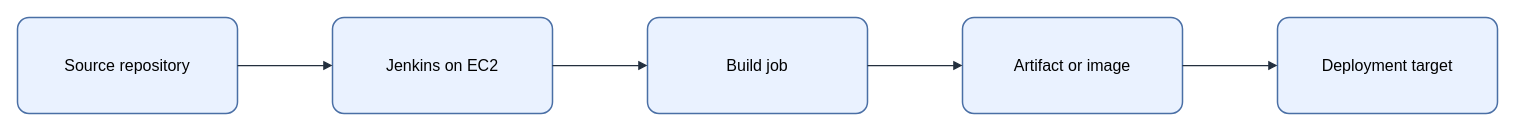
KKamJi98/kkamji98.github.io keeps this draw.io diagram as assets/img/ci-cd/ec2-jenkins-server-flow.drawio. Above is the earlier version. Source tidied: cells renumbered, new cells numbered last; positions are measured from the earlier drawing's top-left corner, leaving out a move shared by most shapes. Both pictures are drawn from the tidied source at 100%, with x=0, y=0 at pixel (17, 17).
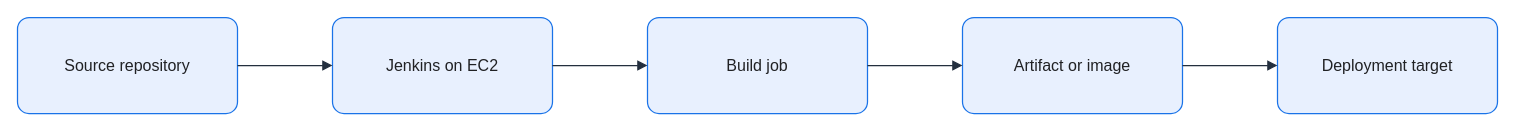
Above is the later version.

Diff of the diagram source:
```diff
@@
 <mxGraphModel background="#FFFFFF">
   <root>
     <mxCell id="0" />
     <mxCell id="1" parent="0" />
-    <mxCell id="2" value="Source repository" style="rounded=1;arcSize=12;whiteSpace=wrap;html=0;fillColor=#EAF2FF;strokeColor=#4A6FA5;strokeWidth=1.5;fontColor=#000000;fontSize=16;align=center;verticalAlign=middle;spacing=8;shadow=0;" parent="1" vertex="1">
+    <mxCell id="2" value="Source repository" style="rounded=1;arcSize=12;whiteSpace=wrap;html=0;fillColor=#E8F0FE;strokeColor=#1A73E8;strokeWidth=1.25;fontColor=#202124;fontSize=16;align=center;verticalAlign=middle;spacing=8;shadow=0;" parent="1" vertex="1">
       <mxGeometry width="220" height="96" as="geometry" />
     </mxCell>
-    <mxCell id="3" value="Jenkins on EC2" style="rounded=1;arcSize=12;whiteSpace=wrap;html=0;fillColor=#EAF2FF;strokeColor=#4A6FA5;strokeWidth=1.5;fontColor=#000000;fontSize=16;align=center;verticalAlign=middle;spacing=8;shadow=0;" parent="1" vertex="1">
+    <mxCell id="3" value="Jenkins on EC2" style="rounded=1;arcSize=12;whiteSpace=wrap;html=0;fillColor=#E8F0FE;strokeColor=#1A73E8;strokeWidth=1.25;fontColor=#202124;fontSize=16;align=center;verticalAlign=middle;spacing=8;shadow=0;" parent="1" vertex="1">
       <mxGeometry x="315" width="220" height="96" as="geometry" />
     </mxCell>
-    <mxCell id="4" value="Build job" style="rounded=1;arcSize=12;whiteSpace=wrap;html=0;fillColor=#EAF2FF;strokeColor=#4A6FA5;strokeWidth=1.5;fontColor=#000000;fontSize=16;align=center;verticalAlign=middle;spacing=8;shadow=0;" parent="1" vertex="1">
+    <mxCell id="4" value="Build job" style="rounded=1;arcSize=12;whiteSpace=wrap;html=0;fillColor=#E8F0FE;strokeColor=#1A73E8;strokeWidth=1.25;fontColor=#202124;fontSize=16;align=center;verticalAlign=middle;spacing=8;shadow=0;" parent="1" vertex="1">
       <mxGeometry x="630" width="220" height="96" as="geometry" />
     </mxCell>
-    <mxCell id="5" value="Artifact or image" style="rounded=1;arcSize=12;whiteSpace=wrap;html=0;fillColor=#EAF2FF;strokeColor=#4A6FA5;strokeWidth=1.5;fontColor=#000000;fontSize=16;align=center;verticalAlign=middle;spacing=8;shadow=0;" parent="1" vertex="1">
+    <mxCell id="5" value="Artifact or image" style="rounded=1;arcSize=12;whiteSpace=wrap;html=0;fillColor=#E8F0FE;strokeColor=#1A73E8;strokeWidth=1.25;fontColor=#202124;fontSize=16;align=center;verticalAlign=middle;spacing=8;shadow=0;" parent="1" vertex="1">
       <mxGeometry x="945" width="220" height="96" as="geometry" />
     </mxCell>
-    <mxCell id="6" value="Deployment target" style="rounded=1;arcSize=12;whiteSpace=wrap;html=0;fillColor=#EAF2FF;strokeColor=#4A6FA5;strokeWidth=1.5;fontColor=#000000;fontSize=16;align=center;verticalAlign=middle;spacing=8;shadow=0;" parent="1" vertex="1">
+    <mxCell id="6" value="Deployment target" style="rounded=1;arcSize=12;whiteSpace=wrap;html=0;fillColor=#E8F0FE;strokeColor=#1A73E8;strokeWidth=1.25;fontColor=#202124;fontSize=16;align=center;verticalAlign=middle;spacing=8;shadow=0;" parent="1" vertex="1">
       <mxGeometry x="1260" width="220" height="96" as="geometry" />
     </mxCell>
-    <mxCell id="7" style="edgeStyle=orthogonalEdgeStyle;rounded=0;jettySize=auto;html=0;endArrow=block;endFill=1;strokeColor=#232F3E;strokeWidth=1.25;fontColor=#000000;labelBackgroundColor=none;exitX=1;exitY=0.5;exitDx=0;exitDy=0;entryX=0;entryY=0.5;entryDx=0;entryDy=0;" parent="1" edge="1" source="2" target="3">
+    <mxCell id="7" style="edgeStyle=orthogonalEdgeStyle;rounded=0;jettySize=auto;html=0;endArrow=block;endFill=1;strokeColor=#232F3E;strokeWidth=1.25;fontColor=#202124;labelBackgroundColor=none;exitX=1;exitY=0.5;exitDx=0;exitDy=0;entryX=0;entryY=0.5;entryDx=0;entryDy=0;endSize=7;" parent="1" edge="1" source="2" target="3">
       <mxGeometry relative="1" as="geometry" />
     </mxCell>
-    <mxCell id="8" style="edgeStyle=orthogonalEdgeStyle;rounded=0;jettySize=auto;html=0;endArrow=block;endFill=1;strokeColor=#232F3E;strokeWidth=1.25;fontColor=#000000;labelBackgroundColor=none;exitX=1;exitY=0.5;exitDx=0;exitDy=0;entryX=0;entryY=0.5;entryDx=0;entryDy=0;" parent="1" edge="1" source="3" target="4">
+    <mxCell id="8" style="edgeStyle=orthogonalEdgeStyle;rounded=0;jettySize=auto;html=0;endArrow=block;endFill=1;strokeColor=#232F3E;strokeWidth=1.25;fontColor=#202124;labelBackgroundColor=none;exitX=1;exitY=0.5;exitDx=0;exitDy=0;entryX=0;entryY=0.5;entryDx=0;entryDy=0;endSize=7;" parent="1" edge="1" source="3" target="4">
       <mxGeometry relative="1" as="geometry" />
     </mxCell>
-    <mxCell id="9" style="edgeStyle=orthogonalEdgeStyle;rounded=0;jettySize=auto;html=0;endArrow=block;endFill=1;strokeColor=#232F3E;strokeWidth=1.25;fontColor=#000000;labelBackgroundColor=none;exitX=1;exitY=0.5;exitDx=0;exitDy=0;entryX=0;entryY=0.5;entryDx=0;entryDy=0;" parent="1" edge="1" source="4" target="5">
+    <mxCell id="9" style="edgeStyle=orthogonalEdgeStyle;rounded=0;jettySize=auto;html=0;endArrow=block;endFill=1;strokeColor=#232F3E;strokeWidth=1.25;fontColor=#202124;labelBackgroundColor=none;exitX=1;exitY=0.5;exitDx=0;exitDy=0;entryX=0;entryY=0.5;entryDx=0;entryDy=0;endSize=7;" parent="1" edge="1" source="4" target="5">
       <mxGeometry relative="1" as="geometry" />
     </mxCell>
-    <mxCell id="10" style="edgeStyle=orthogonalEdgeStyle;rounded=0;jettySize=auto;html=0;endArrow=block;endFill=1;strokeColor=#232F3E;strokeWidth=1.25;fontColor=#000000;labelBackgroundColor=none;exitX=1;exitY=0.5;exitDx=0;exitDy=0;entryX=0;entryY=0.5;entryDx=0;entryDy=0;" parent="1" edge="1" source="5" target="6">
+    <mxCell id="10" style="edgeStyle=orthogonalEdgeStyle;rounded=0;jettySize=auto;html=0;endArrow=block;endFill=1;strokeColor=#232F3E;strokeWidth=1.25;fontColor=#202124;labelBackgroundColor=none;exitX=1;exitY=0.5;exitDx=0;exitDy=0;entryX=0;entryY=0.5;entryDx=0;entryDy=0;endSize=7;" parent="1" edge="1" source="5" target="6">
       <mxGeometry relative="1" as="geometry" />
     </mxCell>
   </root>
 </mxGraphModel>
```
